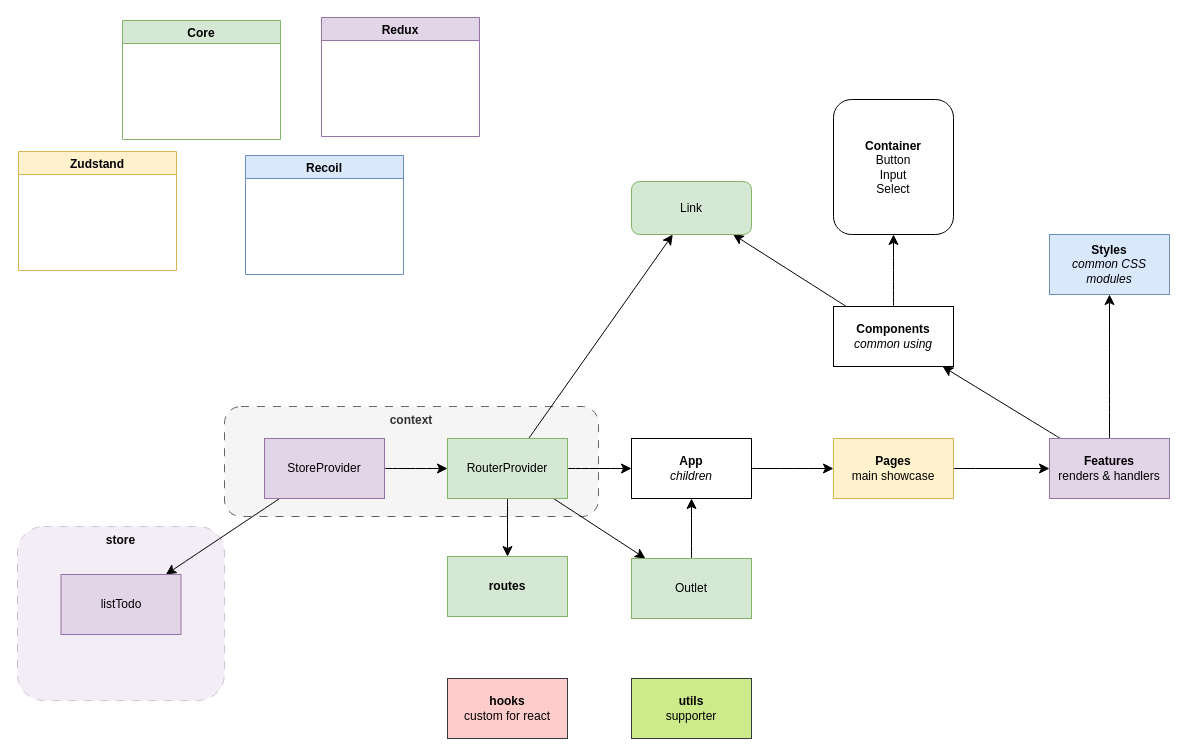
This is page "To do list - React" (1 of 2) of Folder Structures.drawio from sunflynf/diagram-only, a draw.io file, before an edit. Source tidied: cells renumbered, new cells numbered last; positions are measured from the earlier drawing's top-left corner, leaving out a move shared by most shapes. Both pictures are drawn from the tidied source at 100%, with x=0, y=0 at pixel (17, 17).
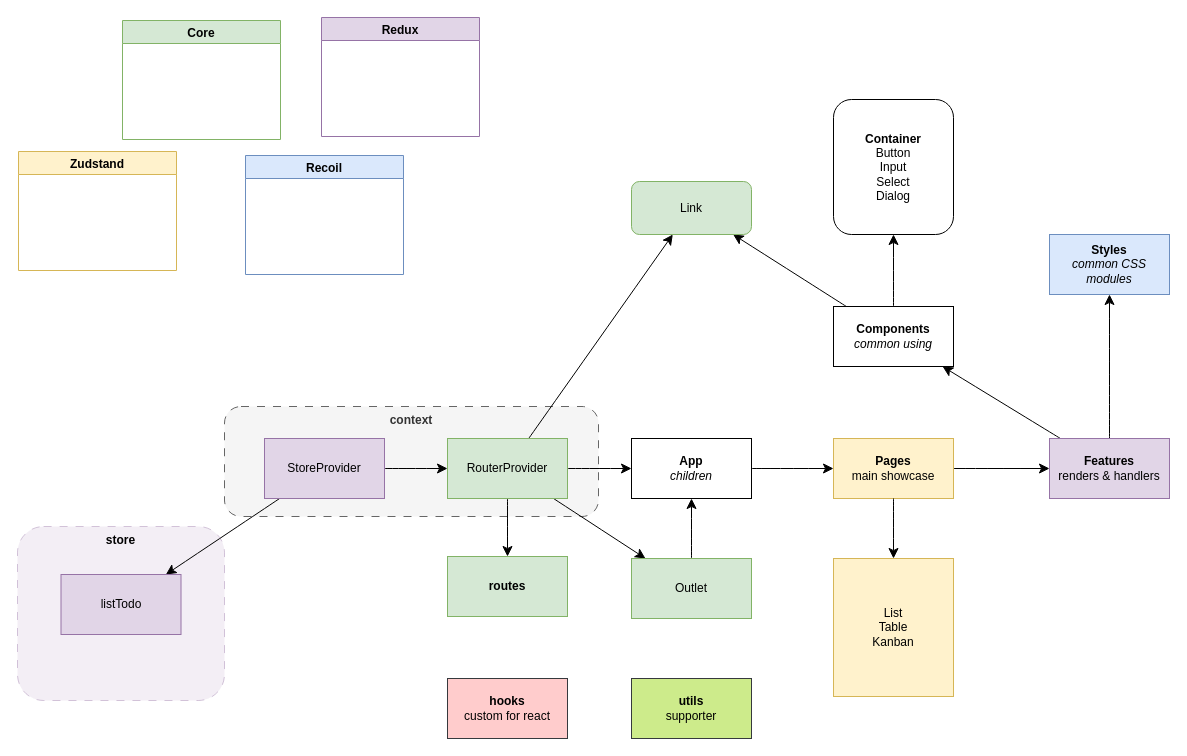
The same page after the edit.

Unchanged cells that the change refers to:
```xml
<mxCell id="27" value="&lt;div&gt;&lt;b&gt;Pages&lt;/b&gt;&lt;/div&gt;&lt;div&gt;main showcase&lt;br&gt;&lt;/div&gt;" style="rounded=0;whiteSpace=wrap;html=1;fillColor=#fff2cc;strokeColor=#d6b656;" parent="1" vertex="1">
  <mxGeometry x="816" y="421" width="120" height="60" as="geometry" />
</mxCell>
```

What changed in the source:
```diff
@@
-    <mxCell id="22" value="&lt;div&gt;&lt;b&gt;Container&lt;/b&gt;&lt;br&gt;&lt;/div&gt;&lt;div&gt;Button&lt;/div&gt;&lt;div&gt;Input&lt;/div&gt;&lt;div&gt;Select&lt;/div&gt;" style="rounded=1;whiteSpace=wrap;html=1;" parent="1" vertex="1">
+    <mxCell id="22" value="&lt;div&gt;&lt;b&gt;Container&lt;/b&gt;&lt;br&gt;&lt;/div&gt;&lt;div&gt;Button&lt;/div&gt;&lt;div&gt;Input&lt;/div&gt;&lt;div&gt;Select&lt;/div&gt;&lt;div&gt;Dialog&lt;br&gt;&lt;/div&gt;" style="rounded=1;whiteSpace=wrap;html=1;" parent="1" vertex="1">
       <mxGeometry x="816" y="82" width="120" height="135" as="geometry" />
     </mxCell>
@@
+    <mxCell id="35" style="edgeStyle=none;curved=1;rounded=0;jettySize=auto;html=1;fontSize=12;startSize=8;endSize=8;" parent="1" edge="1" source="27" target="36">
+      <mxGeometry relative="1" as="geometry" />
+    </mxCell>
@@
+    <mxCell id="36" value="&lt;div&gt;List&lt;/div&gt;&lt;div&gt;Table&lt;/div&gt;&lt;div&gt;Kanban&lt;br&gt;&lt;/div&gt;" style="rounded=0;whiteSpace=wrap;html=1;fillColor=#fff2cc;strokeColor=#d6b656;" parent="1" vertex="1">
+      <mxGeometry x="816" y="541" width="120" height="138" as="geometry" />
+    </mxCell>
```
